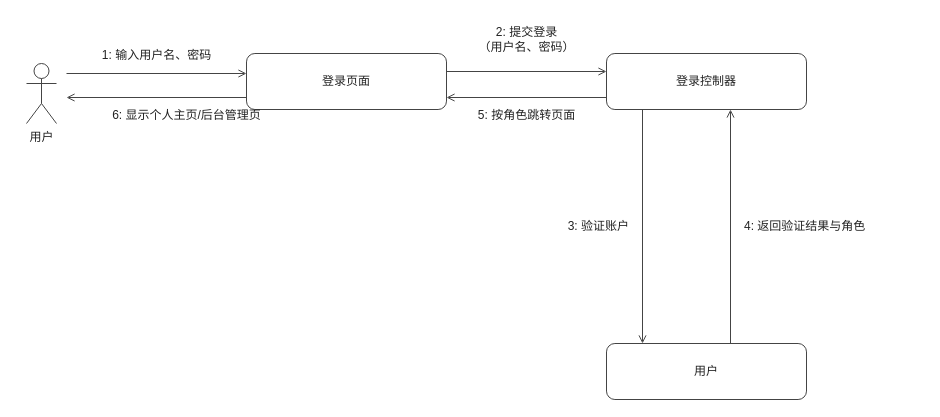
Before: docs/交付/1-账户管理-成员B/images/用户登录_协作图.drawio in chennuo1101/electronic-photo-album-system1, a draw.io diagram. Source tidied: cells renumbered, new cells numbered last; positions are measured from the earlier drawing's top-left corner, leaving out a move shared by most shapes. Both pictures are drawn from the tidied source at 100%, with x=0, y=0 at pixel (26, 17).
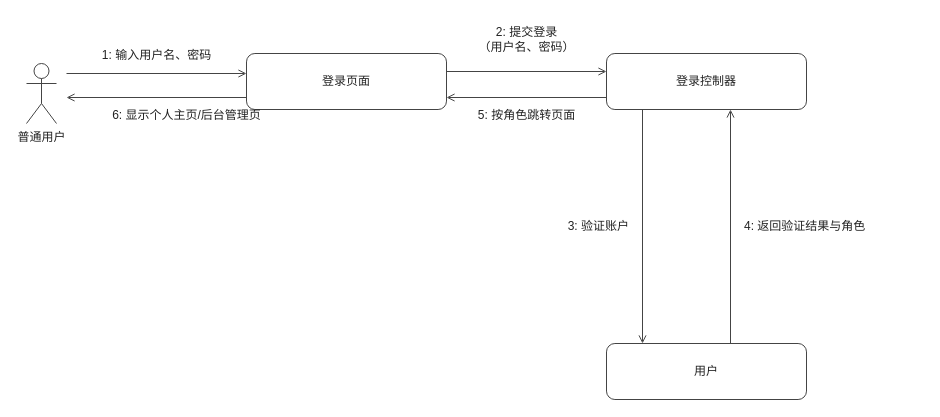
Above is the later version.

Commit message (it also covers changes not shown here):
docs: 协作图参与者标注消歧（用户→普通用户）+ 绘图规范补类图三栏/协作图画法约定

Change to the diagram source:
```diff
@@
-    <mxCell id="2" value="用户" style="shape=umlActor;verticalLabelPosition=bottom;verticalAlign=top;html=1;fillColor=#FFFFFF;strokeColor=#444444;fontFamily=Microsoft YaHei;fontSize=12;fontColor=#222222;" parent="1" vertex="1">
+    <mxCell id="2" value="普通用户" style="shape=umlActor;verticalLabelPosition=bottom;verticalAlign=top;html=1;fillColor=#FFFFFF;strokeColor=#444444;fontFamily=Microsoft YaHei;fontSize=12;fontColor=#222222;" parent="1" vertex="1">
       <mxGeometry y="46" width="30" height="60" as="geometry" />
     </mxCell>
```
